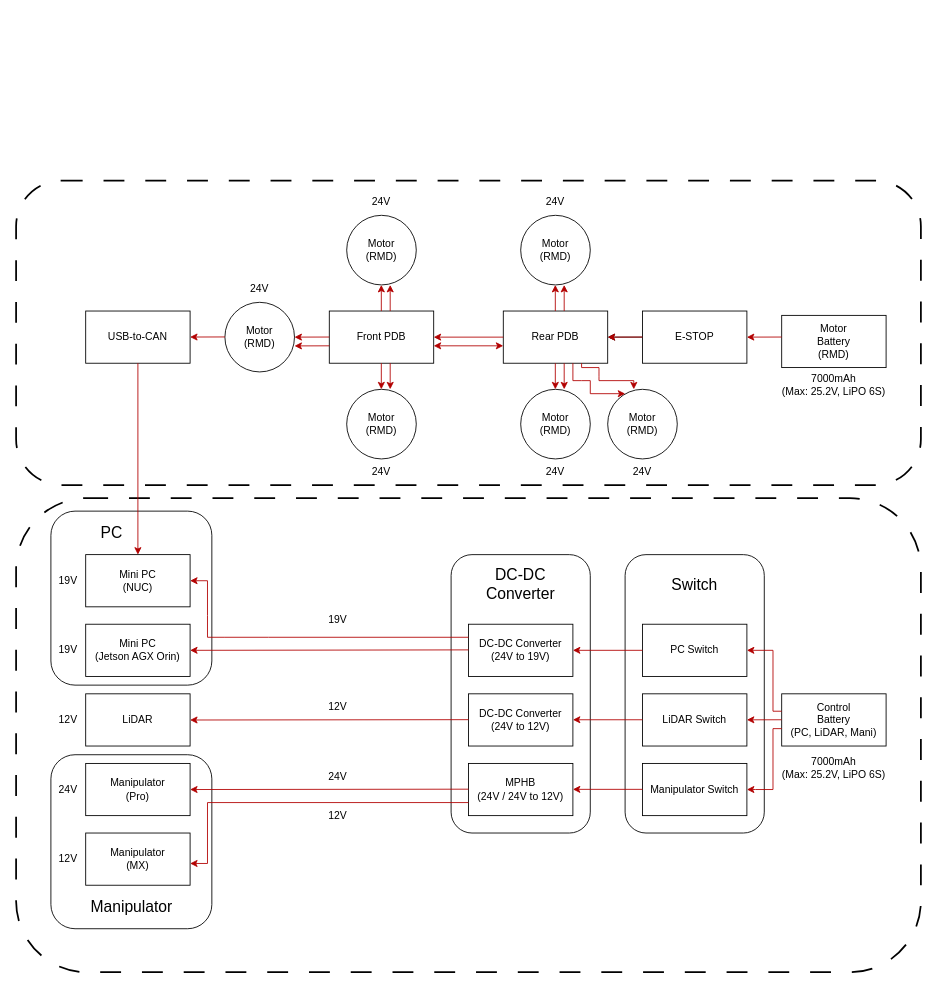
Above: System_Architecture/ROBIT_2026_Intelligence_Electronic_Communication_System_Diagram.drawio in kinesis19/rescue-embedded-circuit (draw.io), before the change. Source tidied: cells renumbered, new cells numbered last; positions are measured from the earlier drawing's top-left corner, leaving out a move shared by most shapes. Both pictures are drawn from the tidied source at 87%, with x=0, y=0 at pixel (16, 180).
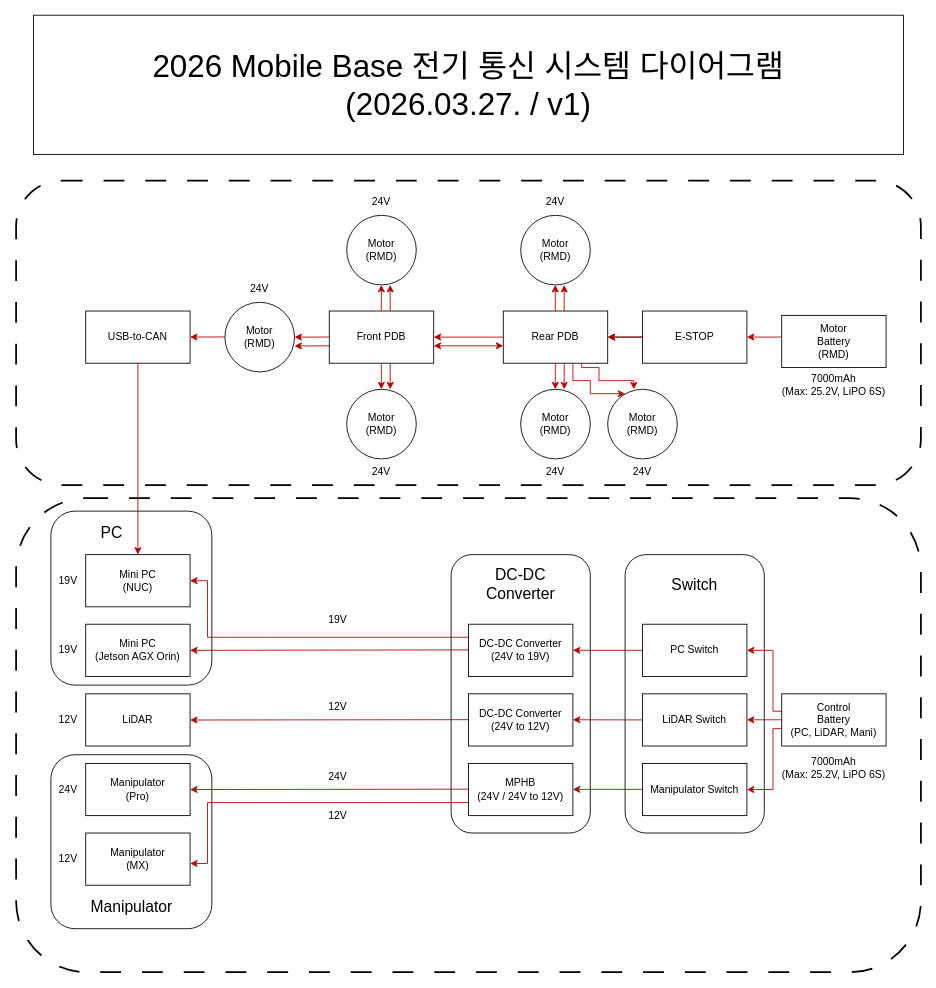
The same diagram, later.

Commit message (it also covers changes not shown here):
:memo: Update: Architecture

The edit, as a diff of the source:
```diff
@@
-    <mxCell id="56" style="endArrow=classic;html=1;rounded=0;fillColor=#e51400;strokeColor=light-dark(#B20000,#CC0000);exitX=0;exitY=0.5;exitDx=0;exitDy=0;" parent="1" edge="1">
+    <mxCell id="56" style="endArrow=classic;html=1;rounded=0;fillColor=#e51400;strokeColor=light-dark(#B20000,#CC0000);" parent="1" edge="1">
       <mxGeometry relative="1" as="geometry">
-        <mxPoint x="720" y="619.8" as="sourcePoint" />
+        <mxPoint x="720" y="620" as="sourcePoint" />
         <mxPoint x="640" y="619.8" as="targetPoint" />
       </mxGeometry>
     </mxCell>
@@
+    <mxCell id="86" value="2026 Mobile Base 전기 통신 시스템 다이어그램&lt;div&gt;(2026.03.27. / v1)&lt;/div&gt;" style="rounded=0;whiteSpace=wrap;html=1;fontSize=36;" parent="1" vertex="1">
+      <mxGeometry x="20" y="-190" width="1000" height="160" as="geometry" />
+    </mxCell>
```
